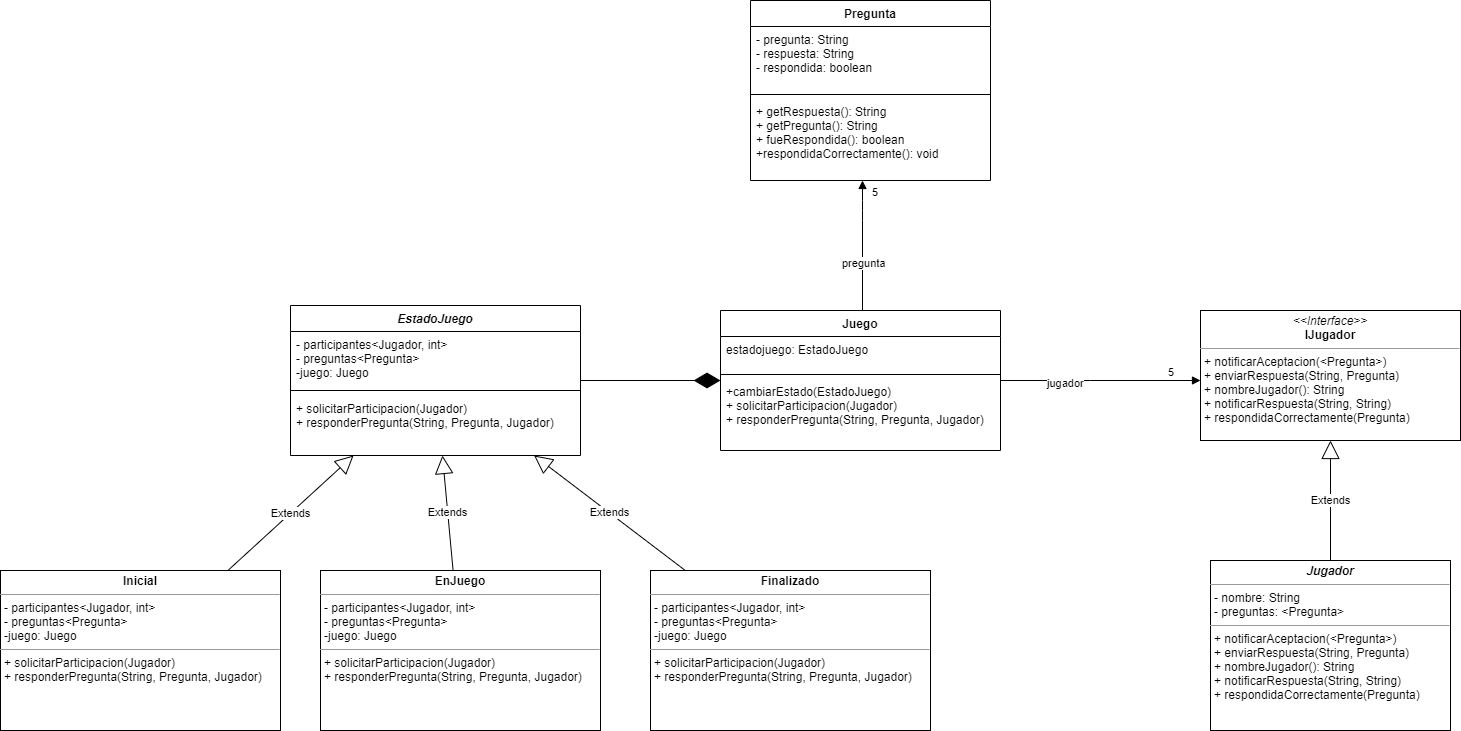
Above: src/concursoDePreguntas.png in CundariNicolas/unqui-poo2-cundari (draw.io), before the change. Source tidied: cells renumbered, new cells last; positions are measured from the earlier drawing's top-left corner, leaving out a move shared by most shapes. Source of this version:
```xml
<mxGraphModel>
  <root>
    <mxCell id="0" />
    <mxCell id="1" parent="0" />
    <mxCell id="2" value="Juego" style="swimlane;fontStyle=1;align=center;verticalAlign=top;horizontal=1;startSize=26;" parent="1" vertex="1">
      <mxGeometry x="720" y="310" width="280" height="140" as="geometry" />
    </mxCell>
    <mxCell id="3" value="estadojuego: EstadoJuego" style="text;strokeColor=none;fillColor=none;align=left;verticalAlign=top;spacingLeft=4;spacingRight=4;overflow=hidden;" parent="2" vertex="1">
      <mxGeometry y="26" width="280" height="34" as="geometry" />
    </mxCell>
    <mxCell id="4" style="line;strokeWidth=1;fillColor=none;align=left;verticalAlign=middle;spacingTop=-1;spacingLeft=3;spacingRight=3;labelPosition=right;" parent="2" vertex="1">
      <mxGeometry y="60" width="280" height="8" as="geometry" />
    </mxCell>
    <mxCell id="5" value="+cambiarEstado(EstadoJuego)&#10;+ solicitarParticipacion(Jugador)&#10;+ responderPregunta(String, Pregunta, Jugador)&#10;&#10;&#10;" style="text;strokeColor=none;fillColor=none;align=left;verticalAlign=top;spacingLeft=4;spacingRight=4;overflow=hidden;" parent="2" vertex="1">
      <mxGeometry y="68" width="280" height="72" as="geometry" />
    </mxCell>
    <mxCell id="6" value="&lt;p style=&quot;margin: 0px ; margin-top: 4px ; text-align: center&quot;&gt;&lt;i&gt;&amp;lt;&amp;lt;Interface&amp;gt;&amp;gt;&lt;/i&gt;&lt;br&gt;&lt;b&gt;IJugador&lt;/b&gt;&lt;/p&gt;&lt;hr size=&quot;1&quot;&gt;&lt;p style=&quot;margin: 0px ; margin-left: 4px&quot;&gt;+ notificarAceptacion(&amp;lt;Pregunta&amp;gt;)&lt;/p&gt;&lt;p style=&quot;margin: 0px ; margin-left: 4px&quot;&gt;+ enviarRespuesta(String, Pregunta)&lt;/p&gt;&lt;p style=&quot;margin: 0px ; margin-left: 4px&quot;&gt;+ nombreJugador(): String&lt;/p&gt;&lt;p style=&quot;margin: 0px ; margin-left: 4px&quot;&gt;+ notificarRespuesta(String, String)&lt;/p&gt;&lt;p style=&quot;margin: 0px ; margin-left: 4px&quot;&gt;+ respondidaCorrectamente(Pregunta)&lt;/p&gt;&lt;p style=&quot;margin: 0px ; margin-left: 4px&quot;&gt;&lt;br&gt;&lt;/p&gt;" style="verticalAlign=top;align=left;overflow=fill;fontSize=12;fontFamily=Helvetica;html=1;" parent="1" vertex="1">
      <mxGeometry x="1200" y="310" width="260" height="130" as="geometry" />
    </mxCell>
    <mxCell id="7" value="Pregunta" style="swimlane;fontStyle=1;align=center;verticalAlign=top;horizontal=1;startSize=26;" parent="1" vertex="1">
      <mxGeometry x="750" width="240" height="180" as="geometry" />
    </mxCell>
    <mxCell id="8" value="- pregunta: String&#10;- respuesta: String&#10;- respondida: boolean" style="text;strokeColor=none;fillColor=none;align=left;verticalAlign=top;spacingLeft=4;spacingRight=4;overflow=hidden;" parent="7" vertex="1">
      <mxGeometry y="26" width="240" height="64" as="geometry" />
    </mxCell>
    <mxCell id="9" style="line;strokeWidth=1;fillColor=none;align=left;verticalAlign=middle;spacingTop=-1;spacingLeft=3;spacingRight=3;labelPosition=right;" parent="7" vertex="1">
      <mxGeometry y="90" width="240" height="8" as="geometry" />
    </mxCell>
    <mxCell id="10" value="+ getRespuesta(): String&#10;+ getPregunta(): String&#10;+ fueRespondida(): boolean&#10;+respondidaCorrectamente(): void&#10;" style="text;strokeColor=none;fillColor=none;align=left;verticalAlign=top;spacingLeft=4;spacingRight=4;overflow=hidden;" parent="7" vertex="1">
      <mxGeometry y="98" width="240" height="82" as="geometry" />
    </mxCell>
    <mxCell id="11" value="pregunta" style="endArrow=block;endFill=1;html=1;edgeStyle=orthogonalEdgeStyle;align=left;verticalAlign=top;" parent="1" edge="1" source="2" target="7">
      <mxGeometry x="-0.08" y="22" relative="1" as="geometry">
        <Array as="points">
          <mxPoint x="862" y="210" />
          <mxPoint x="862" y="210" />
        </Array>
      </mxGeometry>
    </mxCell>
    <mxCell id="12" value="5" style="edgeLabel;html=1;align=left;verticalAlign=bottom;" parent="11" vertex="1">
      <mxGeometry x="-1" relative="1" as="geometry">
        <mxPoint x="8" y="-110" as="offset" />
      </mxGeometry>
    </mxCell>
    <mxCell id="13" value="jugador" style="endArrow=block;endFill=1;html=1;edgeStyle=orthogonalEdgeStyle;align=left;verticalAlign=top;" parent="1" edge="1" source="2" target="6">
      <mxGeometry x="-0.55" y="10" relative="1" as="geometry">
        <Array as="points">
          <mxPoint x="1080" y="380" />
          <mxPoint x="1080" y="380" />
        </Array>
      </mxGeometry>
    </mxCell>
    <mxCell id="14" value="5" style="edgeLabel;html=1;align=left;verticalAlign=bottom;" parent="13" vertex="1">
      <mxGeometry x="-1" relative="1" as="geometry">
        <mxPoint x="166" as="offset" />
      </mxGeometry>
    </mxCell>
    <mxCell id="15" value="&lt;p style=&quot;margin: 0px ; margin-top: 4px ; text-align: center&quot;&gt;&lt;b&gt;&lt;i&gt;Jugador&lt;/i&gt;&lt;/b&gt;&lt;/p&gt;&lt;hr size=&quot;1&quot;&gt;&lt;p style=&quot;margin: 0px ; margin-left: 4px&quot;&gt;- nombre: String&lt;/p&gt;&lt;p style=&quot;margin: 0px ; margin-left: 4px&quot;&gt;- preguntas: &amp;lt;Pregunta&amp;gt;&lt;/p&gt;&lt;hr size=&quot;1&quot;&gt;&lt;p style=&quot;margin: 0px 0px 0px 4px&quot;&gt;+ notificarAceptacion(&amp;lt;Pregunta&amp;gt;)&lt;/p&gt;&lt;p style=&quot;margin: 0px 0px 0px 4px&quot;&gt;+ enviarRespuesta(String, Pregunta)&lt;/p&gt;&lt;p style=&quot;margin: 0px 0px 0px 4px&quot;&gt;+ nombreJugador(): String&lt;/p&gt;&lt;p style=&quot;margin: 0px 0px 0px 4px&quot;&gt;+ notificarRespuesta(String, String)&lt;/p&gt;&lt;p style=&quot;margin: 0px 0px 0px 4px&quot;&gt;+ respondidaCorrectamente(Pregunta)&lt;/p&gt;&lt;p style=&quot;margin: 0px 0px 0px 4px&quot;&gt;&lt;br&gt;&lt;/p&gt;" style="verticalAlign=top;align=left;overflow=fill;fontSize=12;fontFamily=Helvetica;html=1;" parent="1" vertex="1">
      <mxGeometry x="1210" y="560" width="240" height="170" as="geometry" />
    </mxCell>
    <mxCell id="16" value="Extends" style="endArrow=block;endSize=16;endFill=0;html=1;" parent="1" edge="1" source="15" target="6">
      <mxGeometry relative="1" as="geometry" />
    </mxCell>
    <mxCell id="17" value="EstadoJuego" style="swimlane;fontStyle=3;align=center;verticalAlign=top;horizontal=1;startSize=26;" parent="1" vertex="1">
      <mxGeometry x="290" y="305" width="290" height="150" as="geometry" />
    </mxCell>
    <mxCell id="18" value="- participantes&lt;Jugador, int&gt;&#10;- preguntas&lt;Pregunta&gt;&#10;-juego: Juego" style="text;strokeColor=none;fillColor=none;align=left;verticalAlign=top;spacingLeft=4;spacingRight=4;overflow=hidden;" parent="17" vertex="1">
      <mxGeometry y="26" width="290" height="54" as="geometry" />
    </mxCell>
    <mxCell id="19" style="line;strokeWidth=1;fillColor=none;align=left;verticalAlign=middle;spacingTop=-1;spacingLeft=3;spacingRight=3;labelPosition=right;" parent="17" vertex="1">
      <mxGeometry y="80" width="290" height="10" as="geometry" />
    </mxCell>
    <mxCell id="20" value="+ solicitarParticipacion(Jugador)&#10;+ responderPregunta(String, Pregunta, Jugador)" style="text;strokeColor=none;fillColor=none;align=left;verticalAlign=top;spacingLeft=4;spacingRight=4;overflow=hidden;" parent="17" vertex="1">
      <mxGeometry y="90" width="290" height="60" as="geometry" />
    </mxCell>
    <mxCell id="21" style="endArrow=diamondThin;endFill=1;endSize=24;html=1;" parent="1" edge="1" source="17" target="2">
      <mxGeometry relative="1" as="geometry" />
    </mxCell>
    <mxCell id="22" value="&lt;p style=&quot;margin: 0px ; margin-top: 4px ; text-align: center&quot;&gt;&lt;b&gt;Inicial&lt;/b&gt;&lt;/p&gt;&lt;hr size=&quot;1&quot;&gt;&lt;p style=&quot;margin: 0px ; margin-left: 4px&quot;&gt;- participantes&amp;lt;Jugador, int&amp;gt;&lt;br style=&quot;padding: 0px ; margin: 0px&quot;&gt;- preguntas&amp;lt;Pregunta&amp;gt;&lt;br style=&quot;padding: 0px ; margin: 0px&quot;&gt;-juego: Juego&lt;br&gt;&lt;/p&gt;&lt;hr size=&quot;1&quot;&gt;&lt;p style=&quot;margin: 0px ; margin-left: 4px&quot;&gt;+ solicitarParticipacion(Jugador)&lt;br style=&quot;padding: 0px ; margin: 0px&quot;&gt;+ responderPregunta(String, Pregunta, Jugador)&lt;br&gt;&lt;/p&gt;" style="verticalAlign=top;align=left;overflow=fill;fontSize=12;fontFamily=Helvetica;html=1;" parent="1" vertex="1">
      <mxGeometry y="570" width="280" height="160" as="geometry" />
    </mxCell>
    <mxCell id="23" value="&lt;p style=&quot;margin: 0px ; margin-top: 4px ; text-align: center&quot;&gt;&lt;b&gt;EnJuego&lt;/b&gt;&lt;/p&gt;&lt;hr size=&quot;1&quot;&gt;&lt;p style=&quot;margin: 0px ; margin-left: 4px&quot;&gt;- participantes&amp;lt;Jugador, int&amp;gt;&lt;br style=&quot;padding: 0px ; margin: 0px&quot;&gt;- preguntas&amp;lt;Pregunta&amp;gt;&lt;br style=&quot;padding: 0px ; margin: 0px&quot;&gt;-juego: Juego&lt;br&gt;&lt;/p&gt;&lt;hr size=&quot;1&quot;&gt;&lt;p style=&quot;margin: 0px ; margin-left: 4px&quot;&gt;+ solicitarParticipacion(Jugador)&lt;br style=&quot;padding: 0px ; margin: 0px&quot;&gt;+ responderPregunta(String, Pregunta, Jugador)&lt;br&gt;&lt;/p&gt;" style="verticalAlign=top;align=left;overflow=fill;fontSize=12;fontFamily=Helvetica;html=1;" parent="1" vertex="1">
      <mxGeometry x="320" y="570" width="280" height="160" as="geometry" />
    </mxCell>
    <mxCell id="24" value="&lt;p style=&quot;margin: 0px ; margin-top: 4px ; text-align: center&quot;&gt;&lt;b&gt;Finalizado&lt;/b&gt;&lt;/p&gt;&lt;hr size=&quot;1&quot;&gt;&lt;p style=&quot;margin: 0px ; margin-left: 4px&quot;&gt;- participantes&amp;lt;Jugador, int&amp;gt;&lt;br style=&quot;padding: 0px ; margin: 0px&quot;&gt;- preguntas&amp;lt;Pregunta&amp;gt;&lt;br style=&quot;padding: 0px ; margin: 0px&quot;&gt;-juego: Juego&lt;br&gt;&lt;/p&gt;&lt;hr size=&quot;1&quot;&gt;&lt;p style=&quot;margin: 0px ; margin-left: 4px&quot;&gt;+ solicitarParticipacion(Jugador)&lt;br style=&quot;padding: 0px ; margin: 0px&quot;&gt;+ responderPregunta(String, Pregunta, Jugador)&lt;br&gt;&lt;/p&gt;" style="verticalAlign=top;align=left;overflow=fill;fontSize=12;fontFamily=Helvetica;html=1;" parent="1" vertex="1">
      <mxGeometry x="650" y="570" width="280" height="160" as="geometry" />
    </mxCell>
    <mxCell id="25" value="Extends" style="endArrow=block;endSize=16;endFill=0;html=1;" parent="1" edge="1" source="22" target="17">
      <mxGeometry relative="1" as="geometry" />
    </mxCell>
    <mxCell id="26" value="Extends" style="endArrow=block;endSize=16;endFill=0;html=1;" parent="1" edge="1" source="23" target="17">
      <mxGeometry relative="1" as="geometry" />
    </mxCell>
    <mxCell id="27" value="Extends" style="endArrow=block;endSize=16;endFill=0;html=1;" parent="1" edge="1" source="24" target="17">
      <mxGeometry relative="1" as="geometry" />
    </mxCell>
  </root>
</mxGraphModel>
```
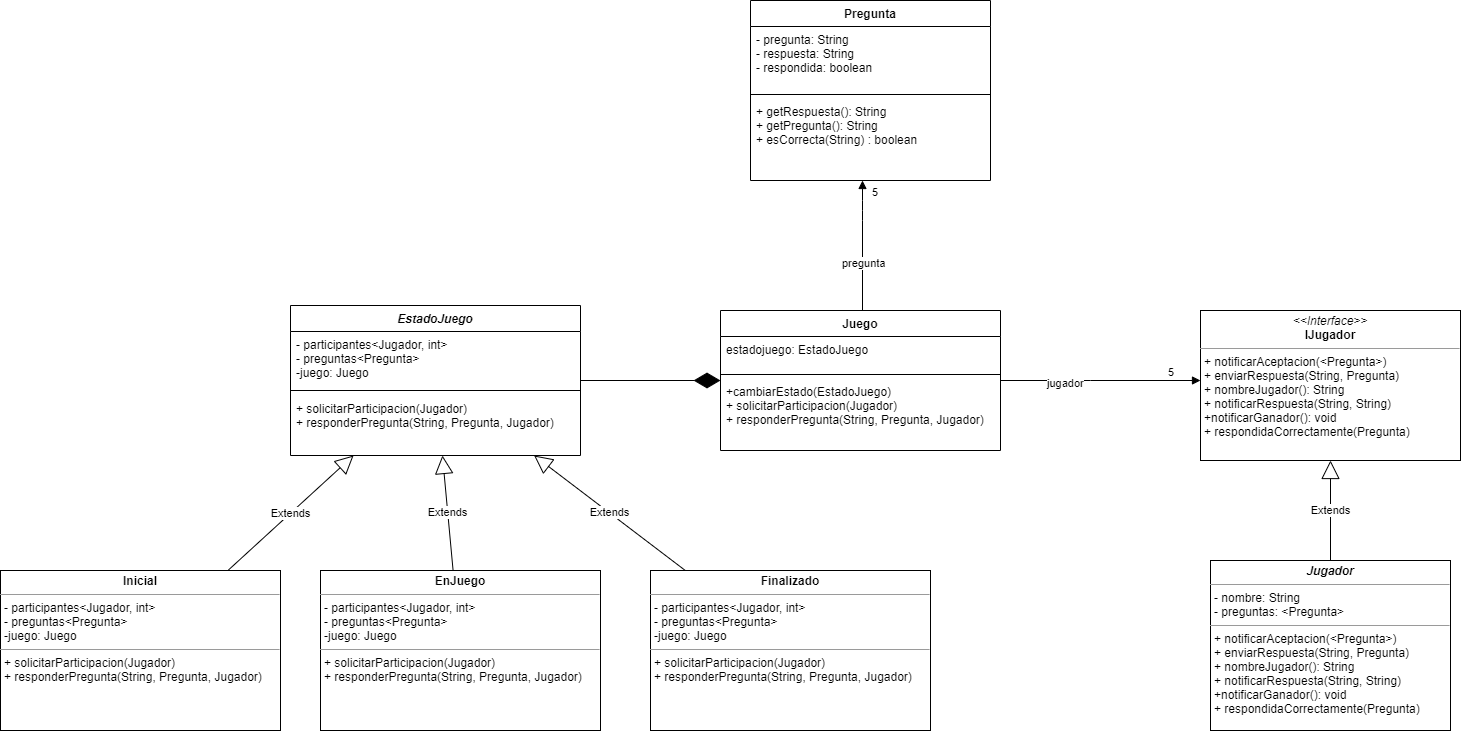
After the commit.

The edit, as a diff of the source:
```diff
@@ -14,8 +14,8 @@
     <mxCell id="5" value="+cambiarEstado(EstadoJuego)&#10;+ solicitarParticipacion(Jugador)&#10;+ responderPregunta(String, Pregunta, Jugador)&#10;&#10;&#10;" style="text;strokeColor=none;fillColor=none;align=left;verticalAlign=top;spacingLeft=4;spacingRight=4;overflow=hidden;" parent="2" vertex="1">
       <mxGeometry y="68" width="280" height="72" as="geometry" />
     </mxCell>
-    <mxCell id="6" value="&lt;p style=&quot;margin: 0px ; margin-top: 4px ; text-align: center&quot;&gt;&lt;i&gt;&amp;lt;&amp;lt;Interface&amp;gt;&amp;gt;&lt;/i&gt;&lt;br&gt;&lt;b&gt;IJugador&lt;/b&gt;&lt;/p&gt;&lt;hr size=&quot;1&quot;&gt;&lt;p style=&quot;margin: 0px ; margin-left: 4px&quot;&gt;+ notificarAceptacion(&amp;lt;Pregunta&amp;gt;)&lt;/p&gt;&lt;p style=&quot;margin: 0px ; margin-left: 4px&quot;&gt;+ enviarRespuesta(String, Pregunta)&lt;/p&gt;&lt;p style=&quot;margin: 0px ; margin-left: 4px&quot;&gt;+ nombreJugador(): String&lt;/p&gt;&lt;p style=&quot;margin: 0px ; margin-left: 4px&quot;&gt;+ notificarRespuesta(String, String)&lt;/p&gt;&lt;p style=&quot;margin: 0px ; margin-left: 4px&quot;&gt;+ respondidaCorrectamente(Pregunta)&lt;/p&gt;&lt;p style=&quot;margin: 0px ; margin-left: 4px&quot;&gt;&lt;br&gt;&lt;/p&gt;" style="verticalAlign=top;align=left;overflow=fill;fontSize=12;fontFamily=Helvetica;html=1;" parent="1" vertex="1">
-      <mxGeometry x="1200" y="310" width="260" height="130" as="geometry" />
+    <mxCell id="6" value="&lt;p style=&quot;margin: 0px ; margin-top: 4px ; text-align: center&quot;&gt;&lt;i&gt;&amp;lt;&amp;lt;Interface&amp;gt;&amp;gt;&lt;/i&gt;&lt;br&gt;&lt;b&gt;IJugador&lt;/b&gt;&lt;/p&gt;&lt;hr size=&quot;1&quot;&gt;&lt;p style=&quot;margin: 0px ; margin-left: 4px&quot;&gt;+ notificarAceptacion(&amp;lt;Pregunta&amp;gt;)&lt;/p&gt;&lt;p style=&quot;margin: 0px ; margin-left: 4px&quot;&gt;+ enviarRespuesta(String, Pregunta)&lt;/p&gt;&lt;p style=&quot;margin: 0px ; margin-left: 4px&quot;&gt;+ nombreJugador(): String&lt;/p&gt;&lt;p style=&quot;margin: 0px ; margin-left: 4px&quot;&gt;+ notificarRespuesta(String, String)&lt;/p&gt;&lt;p style=&quot;margin: 0px ; margin-left: 4px&quot;&gt;+notificarGanador(): void&lt;br&gt;&lt;/p&gt;&lt;p style=&quot;margin: 0px ; margin-left: 4px&quot;&gt;+ respondidaCorrectamente(Pregunta)&lt;/p&gt;&lt;p style=&quot;margin: 0px ; margin-left: 4px&quot;&gt;&lt;br&gt;&lt;/p&gt;&lt;p style=&quot;margin: 0px ; margin-left: 4px&quot;&gt;&lt;br&gt;&lt;/p&gt;" style="verticalAlign=top;align=left;overflow=fill;fontSize=12;fontFamily=Helvetica;html=1;" parent="1" vertex="1">
+      <mxGeometry x="1200" y="310" width="260" height="150" as="geometry" />
     </mxCell>
     <mxCell id="7" value="Pregunta" style="swimlane;fontStyle=1;align=center;verticalAlign=top;horizontal=1;startSize=26;" parent="1" vertex="1">
       <mxGeometry x="750" width="240" height="180" as="geometry" />
@@ -26,7 +26,7 @@
     <mxCell id="9" style="line;strokeWidth=1;fillColor=none;align=left;verticalAlign=middle;spacingTop=-1;spacingLeft=3;spacingRight=3;labelPosition=right;" parent="7" vertex="1">
       <mxGeometry y="90" width="240" height="8" as="geometry" />
     </mxCell>
-    <mxCell id="10" value="+ getRespuesta(): String&#10;+ getPregunta(): String&#10;+ fueRespondida(): boolean&#10;+respondidaCorrectamente(): void&#10;" style="text;strokeColor=none;fillColor=none;align=left;verticalAlign=top;spacingLeft=4;spacingRight=4;overflow=hidden;" parent="7" vertex="1">
+    <mxCell id="10" value="+ getRespuesta(): String&#10;+ getPregunta(): String&#10;+ esCorrecta(String) : boolean" style="text;strokeColor=none;fillColor=none;align=left;verticalAlign=top;spacingLeft=4;spacingRight=4;overflow=hidden;" parent="7" vertex="1">
       <mxGeometry y="98" width="240" height="82" as="geometry" />
     </mxCell>
     <mxCell id="11" value="pregunta" style="endArrow=block;endFill=1;html=1;edgeStyle=orthogonalEdgeStyle;align=left;verticalAlign=top;" parent="1" edge="1" source="2" target="7">
@@ -55,7 +55,7 @@
         <mxPoint x="166" as="offset" />
       </mxGeometry>
     </mxCell>
-    <mxCell id="15" value="&lt;p style=&quot;margin: 0px ; margin-top: 4px ; text-align: center&quot;&gt;&lt;b&gt;&lt;i&gt;Jugador&lt;/i&gt;&lt;/b&gt;&lt;/p&gt;&lt;hr size=&quot;1&quot;&gt;&lt;p style=&quot;margin: 0px ; margin-left: 4px&quot;&gt;- nombre: String&lt;/p&gt;&lt;p style=&quot;margin: 0px ; margin-left: 4px&quot;&gt;- preguntas: &amp;lt;Pregunta&amp;gt;&lt;/p&gt;&lt;hr size=&quot;1&quot;&gt;&lt;p style=&quot;margin: 0px 0px 0px 4px&quot;&gt;+ notificarAceptacion(&amp;lt;Pregunta&amp;gt;)&lt;/p&gt;&lt;p style=&quot;margin: 0px 0px 0px 4px&quot;&gt;+ enviarRespuesta(String, Pregunta)&lt;/p&gt;&lt;p style=&quot;margin: 0px 0px 0px 4px&quot;&gt;+ nombreJugador(): String&lt;/p&gt;&lt;p style=&quot;margin: 0px 0px 0px 4px&quot;&gt;+ notificarRespuesta(String, String)&lt;/p&gt;&lt;p style=&quot;margin: 0px 0px 0px 4px&quot;&gt;+ respondidaCorrectamente(Pregunta)&lt;/p&gt;&lt;p style=&quot;margin: 0px 0px 0px 4px&quot;&gt;&lt;br&gt;&lt;/p&gt;" style="verticalAlign=top;align=left;overflow=fill;fontSize=12;fontFamily=Helvetica;html=1;" parent="1" vertex="1">
+    <mxCell id="15" value="&lt;p style=&quot;margin: 0px ; margin-top: 4px ; text-align: center&quot;&gt;&lt;b&gt;&lt;i&gt;Jugador&lt;/i&gt;&lt;/b&gt;&lt;/p&gt;&lt;hr size=&quot;1&quot;&gt;&lt;p style=&quot;margin: 0px ; margin-left: 4px&quot;&gt;- nombre: String&lt;/p&gt;&lt;p style=&quot;margin: 0px ; margin-left: 4px&quot;&gt;- preguntas: &amp;lt;Pregunta&amp;gt;&lt;/p&gt;&lt;hr size=&quot;1&quot;&gt;&lt;p style=&quot;margin: 0px 0px 0px 4px&quot;&gt;+ notificarAceptacion(&amp;lt;Pregunta&amp;gt;)&lt;/p&gt;&lt;p style=&quot;margin: 0px 0px 0px 4px&quot;&gt;+ enviarRespuesta(String, Pregunta)&lt;/p&gt;&lt;p style=&quot;margin: 0px 0px 0px 4px&quot;&gt;+ nombreJugador(): String&lt;/p&gt;&lt;p style=&quot;margin: 0px 0px 0px 4px&quot;&gt;+ notificarRespuesta(String, String)&lt;/p&gt;&lt;p style=&quot;margin: 0px 0px 0px 4px&quot;&gt;+notificarGanador(): void&lt;/p&gt;&lt;p style=&quot;margin: 0px 0px 0px 4px&quot;&gt;+ respondidaCorrectamente(Pregunta)&lt;/p&gt;&lt;p style=&quot;margin: 0px 0px 0px 4px&quot;&gt;&lt;br&gt;&lt;/p&gt;" style="verticalAlign=top;align=left;overflow=fill;fontSize=12;fontFamily=Helvetica;html=1;" parent="1" vertex="1">
       <mxGeometry x="1210" y="560" width="240" height="170" as="geometry" />
     </mxCell>
     <mxCell id="16" value="Extends" style="endArrow=block;endSize=16;endFill=0;html=1;" parent="1" edge="1" source="15" target="6">
```
